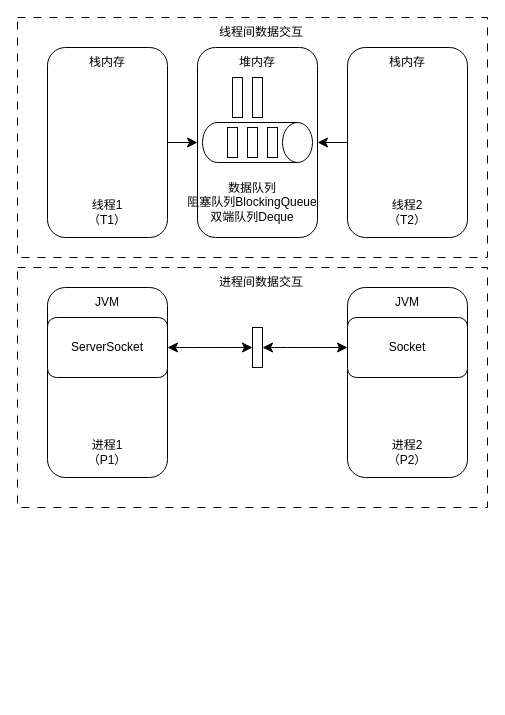
Above: 数据交互.drawio in fenwickxie/flowchart (draw.io), before the change. Source tidied: cells renumbered, new cells numbered last; positions are measured from the earlier drawing's top-left corner, leaving out a move shared by most shapes. Both pictures are drawn from the tidied source at 100%, with x=0, y=0 at pixel (17, 17).
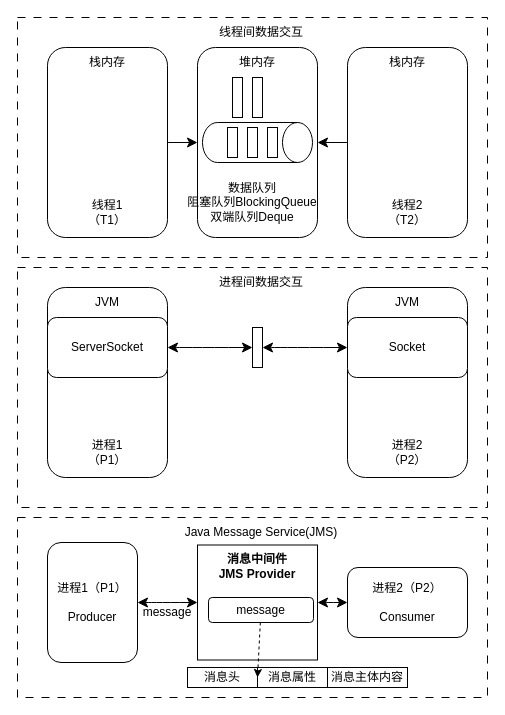
After the change.

Commit message:
更新数据交互.drawio

The edit, as a diff of the source:
```diff
@@
+    <mxCell id="34" style="rounded=0;whiteSpace=wrap;html=1;dashed=1;dashPattern=8 8;" parent="1" vertex="1">
+      <mxGeometry y="500" width="470" height="180" as="geometry" />
+    </mxCell>
+    <mxCell id="35" value="进程1（P1）&lt;div&gt;&lt;br&gt;&lt;div&gt;Producer&lt;/div&gt;&lt;/div&gt;" style="rounded=1;whiteSpace=wrap;html=1;" parent="1" vertex="1">
+      <mxGeometry x="30" y="525" width="90" height="120" as="geometry" />
+    </mxCell>
+    <mxCell id="36" value="进程2（P2）&lt;div&gt;&lt;br&gt;&lt;/div&gt;&lt;div&gt;Consumer&lt;/div&gt;" style="rounded=1;whiteSpace=wrap;html=1;" parent="1" vertex="1">
+      <mxGeometry x="330" y="550" width="120" height="70" as="geometry" />
+    </mxCell>
+    <mxCell id="37" style="endArrow=classic;startArrow=classic;html=1;rounded=0;fontSize=12;startSize=8;endSize=8;curved=1;exitX=1;exitY=0.5;exitDx=0;exitDy=0;entryX=0;entryY=0.5;entryDx=0;entryDy=0;" parent="1" edge="1" source="39" target="36">
+      <mxGeometry relative="1" as="geometry" />
+    </mxCell>
+    <mxCell id="38" style="endArrow=classic;startArrow=classic;html=1;rounded=0;fontSize=12;startSize=8;endSize=8;curved=1;exitX=1;exitY=0.5;exitDx=0;exitDy=0;" parent="1" edge="1" source="35" target="39">
+      <mxGeometry relative="1" as="geometry" />
+    </mxCell>
+    <mxCell id="39" value="&lt;div&gt;&lt;div&gt;&lt;b&gt;消息中间件&lt;/b&gt;&lt;/div&gt;&lt;/div&gt;&lt;div&gt;&lt;b&gt;JMS Provider&lt;/b&gt;&lt;/div&gt;&lt;div&gt;&lt;br&gt;&lt;/div&gt;&lt;div&gt;&lt;b&gt;&lt;br&gt;&lt;/b&gt;&lt;/div&gt;&lt;div&gt;&lt;b&gt;&lt;br&gt;&lt;/b&gt;&lt;/div&gt;&lt;div&gt;&lt;b&gt;&lt;br&gt;&lt;/b&gt;&lt;/div&gt;&lt;div&gt;&lt;b&gt;&lt;br&gt;&lt;/b&gt;&lt;/div&gt;" style="rounded=0;whiteSpace=wrap;html=1;" parent="1" vertex="1">
+      <mxGeometry x="180" y="527.5" width="120" height="115" as="geometry" />
+    </mxCell>
+    <mxCell id="40" value="message" style="text;html=1;align=center;verticalAlign=middle;whiteSpace=wrap;rounded=0;" parent="1" vertex="1">
+      <mxGeometry x="120" y="580" width="60" height="30" as="geometry" />
+    </mxCell>
+    <mxCell id="41" value="message" style="rounded=1;whiteSpace=wrap;html=1;" parent="1" vertex="1">
+      <mxGeometry x="191" y="580" width="105" height="25" as="geometry" />
+    </mxCell>
+    <mxCell id="42" value="消息头" style="rounded=0;whiteSpace=wrap;html=1;" parent="1" vertex="1">
+      <mxGeometry x="170" y="650" width="70" height="20" as="geometry" />
+    </mxCell>
+    <mxCell id="43" value="消息属性" style="rounded=0;whiteSpace=wrap;html=1;" parent="1" vertex="1">
+      <mxGeometry x="240" y="650" width="70" height="20" as="geometry" />
+    </mxCell>
+    <mxCell id="44" value="消息主体内容" style="rounded=0;whiteSpace=wrap;html=1;" parent="1" vertex="1">
+      <mxGeometry x="310" y="650" width="80" height="20" as="geometry" />
+    </mxCell>
+    <mxCell id="45" style="endArrow=classic;html=1;rounded=0;dashed=1;entryX=0;entryY=0.5;entryDx=0;entryDy=0;" parent="1" edge="1" source="41" target="43">
+      <mxGeometry relative="1" as="geometry" />
+    </mxCell>
+    <mxCell id="46" value="Java Message Service(JMS)" style="text;html=1;align=center;verticalAlign=middle;whiteSpace=wrap;rounded=0;" parent="1" vertex="1">
+      <mxGeometry x="138" y="500" width="212" height="30" as="geometry" />
+    </mxCell>
```
